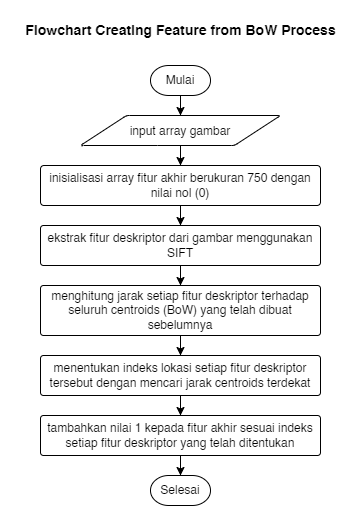
Before: Skripsi/resource/Tugas Akhir-Flowchart Creating Final Feature From BoW Process.drawio.png, a diagram exported from draw.io (RTAgung/tugas-akhir). Source tidied: cells renumbered, new cells last; positions are measured from the earlier drawing's top-left corner, leaving out a move shared by most shapes. Its diagram source:
```xml
<mxGraphModel>
  <root>
    <mxCell id="0" />
    <mxCell id="1" parent="0" />
    <mxCell id="2" style="edgeStyle=orthogonalEdgeStyle;rounded=0;jettySize=auto;html=1;entryX=0.5;entryY=0;entryDx=0;entryDy=0;fontSize=14;strokeWidth=1;" parent="1" edge="1" source="3" target="7">
      <mxGeometry relative="1" as="geometry" />
    </mxCell>
    <mxCell id="3" value="Mulai" style="strokeWidth=1;html=1;shape=mxgraph.flowchart.terminator;whiteSpace=wrap;" parent="1" vertex="1">
      <mxGeometry x="135" y="50" width="60" height="30" as="geometry" />
    </mxCell>
    <mxCell id="4" style="edgeStyle=orthogonalEdgeStyle;rounded=0;jettySize=auto;html=1;entryX=0.5;entryY=0;entryDx=0;entryDy=0;fontSize=14;strokeWidth=1;" parent="1" edge="1" source="5" target="9">
      <mxGeometry relative="1" as="geometry" />
    </mxCell>
    <mxCell id="5" value="inisialisasi array fitur akhir berukuran 750 dengan nilai nol (0)" style="rounded=1;whiteSpace=wrap;html=1;absoluteArcSize=1;arcSize=7;strokeWidth=1;" parent="1" vertex="1">
      <mxGeometry x="25" y="150" width="280" height="40" as="geometry" />
    </mxCell>
    <mxCell id="6" style="edgeStyle=orthogonalEdgeStyle;rounded=0;jettySize=auto;html=1;entryX=0.5;entryY=0;entryDx=0;entryDy=0;fontSize=14;strokeWidth=1;" parent="1" edge="1" source="7" target="5">
      <mxGeometry relative="1" as="geometry" />
    </mxCell>
    <mxCell id="7" value="&lt;font style=&quot;font-size: 12px;&quot;&gt;input array gambar&lt;/font&gt;" style="shape=parallelogram;html=1;strokeWidth=1;perimeter=parallelogramPerimeter;whiteSpace=wrap;rounded=1;arcSize=6;size=0.23;fontSize=14;" parent="1" vertex="1">
      <mxGeometry x="65" y="100" width="200" height="30" as="geometry" />
    </mxCell>
    <mxCell id="8" style="edgeStyle=orthogonalEdgeStyle;rounded=0;jettySize=auto;html=1;entryX=0.5;entryY=0;entryDx=0;entryDy=0;fontSize=14;strokeWidth=1;" parent="1" edge="1" source="9" target="11">
      <mxGeometry relative="1" as="geometry" />
    </mxCell>
    <mxCell id="9" value="ekstrak fitur deskriptor dari gambar menggunakan SIFT" style="rounded=1;whiteSpace=wrap;html=1;absoluteArcSize=1;arcSize=6;strokeWidth=1;" parent="1" vertex="1">
      <mxGeometry x="25" y="210" width="280" height="40" as="geometry" />
    </mxCell>
    <mxCell id="10" style="edgeStyle=orthogonalEdgeStyle;rounded=0;jettySize=auto;html=1;entryX=0.5;entryY=0;entryDx=0;entryDy=0;fontSize=14;strokeWidth=1;" parent="1" edge="1" source="11" target="13">
      <mxGeometry relative="1" as="geometry" />
    </mxCell>
    <mxCell id="11" value="menghitung jarak setiap fitur deskriptor terhadap seluruh centroids (BoW) yang telah dibuat sebelumnya" style="rounded=1;whiteSpace=wrap;html=1;absoluteArcSize=1;arcSize=6;strokeWidth=1;" parent="1" vertex="1">
      <mxGeometry x="25" y="270" width="280" height="50" as="geometry" />
    </mxCell>
    <mxCell id="12" style="edgeStyle=orthogonalEdgeStyle;rounded=0;jettySize=auto;html=1;entryX=0.5;entryY=0;entryDx=0;entryDy=0;fontSize=14;strokeWidth=1;" parent="1" edge="1" source="13" target="15">
      <mxGeometry relative="1" as="geometry" />
    </mxCell>
    <mxCell id="13" value="menentukan indeks lokasi setiap fitur deskriptor tersebut dengan mencari jarak centroids terdekat" style="rounded=1;whiteSpace=wrap;html=1;absoluteArcSize=1;arcSize=6;strokeWidth=1;" parent="1" vertex="1">
      <mxGeometry x="25" y="340" width="280" height="40" as="geometry" />
    </mxCell>
    <mxCell id="14" style="edgeStyle=orthogonalEdgeStyle;rounded=0;jettySize=auto;html=1;entryX=0.5;entryY=0;entryDx=0;entryDy=0;entryPerimeter=0;fontSize=14;strokeWidth=1;" parent="1" edge="1" source="15" target="17">
      <mxGeometry relative="1" as="geometry" />
    </mxCell>
    <mxCell id="15" value="tambahkan nilai 1 kepada fitur akhir sesuai indeks setiap fitur deskriptor yang telah ditentukan" style="rounded=1;whiteSpace=wrap;html=1;absoluteArcSize=1;arcSize=6;strokeWidth=1;" parent="1" vertex="1">
      <mxGeometry x="25" y="400" width="280" height="40" as="geometry" />
    </mxCell>
    <mxCell id="16" value="&lt;b&gt;Flowchart Creating Feature from BoW Process&lt;/b&gt;" style="text;html=1;align=center;verticalAlign=middle;strokeColor=none;fillColor=none;fontSize=14;" parent="1" vertex="1">
      <mxGeometry width="330" height="30" as="geometry" />
    </mxCell>
    <mxCell id="17" value="Selesai" style="strokeWidth=1;html=1;shape=mxgraph.flowchart.terminator;whiteSpace=wrap;" parent="1" vertex="1">
      <mxGeometry x="135" y="460" width="60" height="30" as="geometry" />
    </mxCell>
  </root>
</mxGraphModel>
```
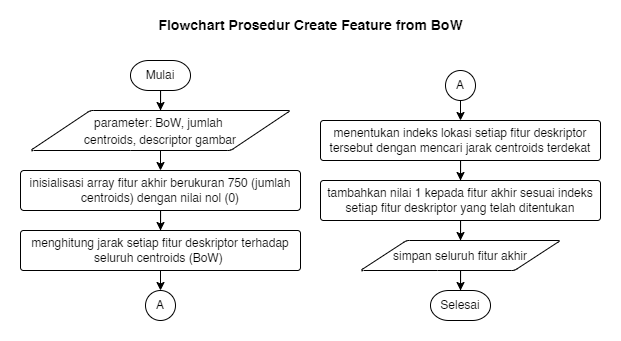
The same file after the commit.

The edit, as a diff of the source:
```diff
@@ -2,53 +2,65 @@
   <root>
     <mxCell id="0" />
     <mxCell id="1" parent="0" />
-    <mxCell id="2" style="edgeStyle=orthogonalEdgeStyle;rounded=0;jettySize=auto;html=1;entryX=0.5;entryY=0;entryDx=0;entryDy=0;fontSize=14;strokeWidth=1;" parent="1" edge="1" source="3" target="7">
-      <mxGeometry relative="1" as="geometry" />
-    </mxCell>
+    <mxCell id="18" style="rounded=0;whiteSpace=wrap;html=1;strokeColor=none;" parent="1" vertex="1">
+      <mxGeometry x="5" y="-10" width="620" height="340" as="geometry" />
+    </mxCell>
+    <mxCell id="19" style="edgeStyle=orthogonalEdgeStyle;rounded=0;jettySize=auto;html=1;entryX=0.5;entryY=0;entryDx=0;entryDy=0;" parent="1" edge="1" source="3" target="21">
+      <mxGeometry relative="1" as="geometry" />
+    </mxCell>
     <mxCell id="3" value="Mulai" style="strokeWidth=1;html=1;shape=mxgraph.flowchart.terminator;whiteSpace=wrap;" parent="1" vertex="1">
       <mxGeometry x="135" y="50" width="60" height="30" as="geometry" />
     </mxCell>
-    <mxCell id="4" style="edgeStyle=orthogonalEdgeStyle;rounded=0;jettySize=auto;html=1;entryX=0.5;entryY=0;entryDx=0;entryDy=0;fontSize=14;strokeWidth=1;" parent="1" edge="1" source="5" target="9">
+    <mxCell id="4" style="edgeStyle=orthogonalEdgeStyle;rounded=0;jettySize=auto;html=1;entryX=0.5;entryY=0;entryDx=0;entryDy=0;fontSize=14;strokeWidth=1;" parent="1" edge="1" source="5" target="26">
       <mxGeometry relative="1" as="geometry" />
     </mxCell>
-    <mxCell id="5" value="inisialisasi array fitur akhir berukuran 750 dengan nilai nol (0)" style="rounded=1;whiteSpace=wrap;html=1;absoluteArcSize=1;arcSize=7;strokeWidth=1;" parent="1" vertex="1">
-      <mxGeometry x="25" y="150" width="280" height="40" as="geometry" />
+    <mxCell id="5" value="inisialisasi array fitur akhir berukuran 750 (jumlah centroids) dengan nilai nol (0)" style="rounded=1;whiteSpace=wrap;html=1;absoluteArcSize=1;arcSize=7;strokeWidth=1;" parent="1" vertex="1">
+      <mxGeometry x="25" y="160" width="280" height="40" as="geometry" />
     </mxCell>
-    <mxCell id="6" style="edgeStyle=orthogonalEdgeStyle;rounded=0;jettySize=auto;html=1;entryX=0.5;entryY=0;entryDx=0;entryDy=0;fontSize=14;strokeWidth=1;" parent="1" edge="1" source="7" target="5">
+    <mxCell id="6" style="edgeStyle=orthogonalEdgeStyle;rounded=0;jettySize=auto;html=1;entryX=0.5;entryY=0;entryDx=0;entryDy=0;fontSize=14;strokeWidth=1;exitX=0.5;exitY=1;exitDx=0;exitDy=0;" parent="1" edge="1" source="21" target="5">
       <mxGeometry relative="1" as="geometry" />
     </mxCell>
-    <mxCell id="7" value="&lt;font style=&quot;font-size: 12px;&quot;&gt;input array gambar&lt;/font&gt;" style="shape=parallelogram;html=1;strokeWidth=1;perimeter=parallelogramPerimeter;whiteSpace=wrap;rounded=1;arcSize=6;size=0.23;fontSize=14;" parent="1" vertex="1">
-      <mxGeometry x="65" y="100" width="200" height="30" as="geometry" />
-    </mxCell>
-    <mxCell id="8" style="edgeStyle=orthogonalEdgeStyle;rounded=0;jettySize=auto;html=1;entryX=0.5;entryY=0;entryDx=0;entryDy=0;fontSize=14;strokeWidth=1;" parent="1" edge="1" source="9" target="11">
-      <mxGeometry relative="1" as="geometry" />
-    </mxCell>
-    <mxCell id="9" value="ekstrak fitur deskriptor dari gambar menggunakan SIFT" style="rounded=1;whiteSpace=wrap;html=1;absoluteArcSize=1;arcSize=6;strokeWidth=1;" parent="1" vertex="1">
-      <mxGeometry x="25" y="210" width="280" height="40" as="geometry" />
-    </mxCell>
+    <mxCell id="20" style="edgeStyle=orthogonalEdgeStyle;rounded=0;jettySize=auto;html=1;entryX=0.5;entryY=0;entryDx=0;entryDy=0;exitX=0.5;exitY=1;exitDx=0;exitDy=0;" parent="1" edge="1" source="26" target="22">
+      <mxGeometry relative="1" as="geometry" />
+    </mxCell>
-    <mxCell id="10" style="edgeStyle=orthogonalEdgeStyle;rounded=0;jettySize=auto;html=1;entryX=0.5;entryY=0;entryDx=0;entryDy=0;fontSize=14;strokeWidth=1;" parent="1" edge="1" source="11" target="13">
+    <mxCell id="10" style="edgeStyle=orthogonalEdgeStyle;rounded=0;jettySize=auto;html=1;entryX=0.5;entryY=0;entryDx=0;entryDy=0;fontSize=14;strokeWidth=1;exitX=0.5;exitY=1;exitDx=0;exitDy=0;" parent="1" edge="1" source="23" target="13">
       <mxGeometry relative="1" as="geometry" />
     </mxCell>
-    <mxCell id="11" value="menghitung jarak setiap fitur deskriptor terhadap seluruh centroids (BoW) yang telah dibuat sebelumnya" style="rounded=1;whiteSpace=wrap;html=1;absoluteArcSize=1;arcSize=6;strokeWidth=1;" parent="1" vertex="1">
-      <mxGeometry x="25" y="270" width="280" height="50" as="geometry" />
-    </mxCell>
     <mxCell id="12" style="edgeStyle=orthogonalEdgeStyle;rounded=0;jettySize=auto;html=1;entryX=0.5;entryY=0;entryDx=0;entryDy=0;fontSize=14;strokeWidth=1;" parent="1" edge="1" source="13" target="15">
       <mxGeometry relative="1" as="geometry" />
     </mxCell>
     <mxCell id="13" value="menentukan indeks lokasi setiap fitur deskriptor tersebut dengan mencari jarak centroids terdekat" style="rounded=1;whiteSpace=wrap;html=1;absoluteArcSize=1;arcSize=6;strokeWidth=1;" parent="1" vertex="1">
-      <mxGeometry x="25" y="340" width="280" height="40" as="geometry" />
+      <mxGeometry x="325" y="110" width="280" height="40" as="geometry" />
     </mxCell>
-    <mxCell id="14" style="edgeStyle=orthogonalEdgeStyle;rounded=0;jettySize=auto;html=1;entryX=0.5;entryY=0;entryDx=0;entryDy=0;entryPerimeter=0;fontSize=14;strokeWidth=1;" parent="1" edge="1" source="15" target="17">
+    <mxCell id="14" style="edgeStyle=orthogonalEdgeStyle;rounded=0;jettySize=auto;html=1;entryX=0.5;entryY=0;entryDx=0;entryDy=0;fontSize=14;strokeWidth=1;" parent="1" edge="1" source="15" target="25">
       <mxGeometry relative="1" as="geometry" />
     </mxCell>
     <mxCell id="15" value="tambahkan nilai 1 kepada fitur akhir sesuai indeks setiap fitur deskriptor yang telah ditentukan" style="rounded=1;whiteSpace=wrap;html=1;absoluteArcSize=1;arcSize=6;strokeWidth=1;" parent="1" vertex="1">
-      <mxGeometry x="25" y="400" width="280" height="40" as="geometry" />
+      <mxGeometry x="325" y="170" width="280" height="40" as="geometry" />
     </mxCell>
-    <mxCell id="16" value="&lt;b&gt;Flowchart Creating Feature from BoW Process&lt;/b&gt;" style="text;html=1;align=center;verticalAlign=middle;strokeColor=none;fillColor=none;fontSize=14;" parent="1" vertex="1">
-      <mxGeometry width="330" height="30" as="geometry" />
+    <mxCell id="16" value="&lt;b&gt;Flowchart Prosedur Create Feature from BoW&lt;/b&gt;" style="text;html=1;align=center;verticalAlign=middle;strokeColor=none;fillColor=none;fontSize=14;" parent="1" vertex="1">
+      <mxGeometry x="150" width="330" height="30" as="geometry" />
     </mxCell>
     <mxCell id="17" value="Selesai" style="strokeWidth=1;html=1;shape=mxgraph.flowchart.terminator;whiteSpace=wrap;" parent="1" vertex="1">
-      <mxGeometry x="135" y="460" width="60" height="30" as="geometry" />
+      <mxGeometry x="435" y="280" width="60" height="30" as="geometry" />
     </mxCell>
+    <mxCell id="21" value="&lt;font style=&quot;font-size: 12px;&quot;&gt;parameter: BoW, jumlah &lt;br&gt;centroids, descriptor gambar&lt;/font&gt;" style="shape=parallelogram;html=1;strokeWidth=1;perimeter=parallelogramPerimeter;whiteSpace=wrap;rounded=1;arcSize=6;size=0.23;fontSize=14;" parent="1" vertex="1">
+      <mxGeometry x="35" y="100" width="260" height="40" as="geometry" />
+    </mxCell>
+    <mxCell id="22" value="A" style="ellipse;whiteSpace=wrap;html=1;" parent="1" vertex="1">
+      <mxGeometry x="150" y="280" width="30" height="30" as="geometry" />
+    </mxCell>
+    <mxCell id="23" value="A" style="ellipse;whiteSpace=wrap;html=1;" parent="1" vertex="1">
+      <mxGeometry x="450" y="60" width="30" height="30" as="geometry" />
+    </mxCell>
+    <mxCell id="24" style="edgeStyle=orthogonalEdgeStyle;rounded=0;jettySize=auto;html=1;entryX=0.5;entryY=0;entryDx=0;entryDy=0;entryPerimeter=0;" parent="1" edge="1" source="25" target="17">
+      <mxGeometry relative="1" as="geometry" />
+    </mxCell>
+    <mxCell id="25" value="&lt;span style=&quot;font-size: 12px;&quot;&gt;simpan seluruh fitur akhir&lt;/span&gt;" style="shape=parallelogram;html=1;strokeWidth=1;perimeter=parallelogramPerimeter;whiteSpace=wrap;rounded=1;arcSize=6;size=0.23;fontSize=14;" parent="1" vertex="1">
+      <mxGeometry x="365" y="230" width="200" height="30" as="geometry" />
+    </mxCell>
+    <mxCell id="26" value="menghitung jarak setiap fitur deskriptor terhadap seluruh centroids (BoW)&amp;nbsp;" style="rounded=1;whiteSpace=wrap;html=1;absoluteArcSize=1;arcSize=6;strokeWidth=1;" parent="1" vertex="1">
+      <mxGeometry x="25" y="220" width="280" height="40" as="geometry" />
+    </mxCell>
   </root>
 </mxGraphModel>
```
